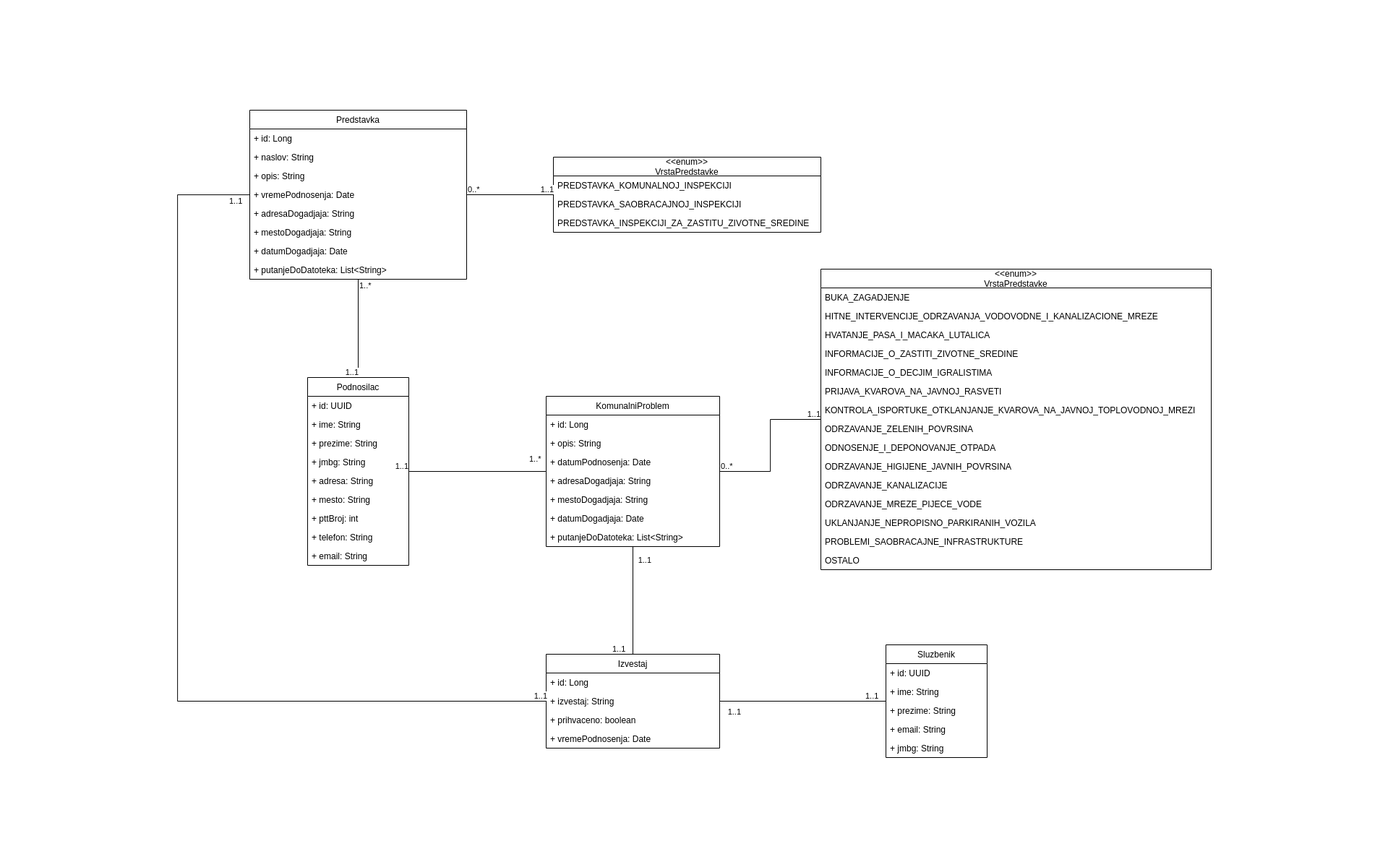
The draw.io diagram 9. komunalna policija i inspekcija/class-diagram.png in stefanjelkic00/eUprava-1, before a commit. Source tidied: cells renumbered, new cells last; positions are measured from the earlier drawing's top-left corner, leaving out a move shared by most shapes.
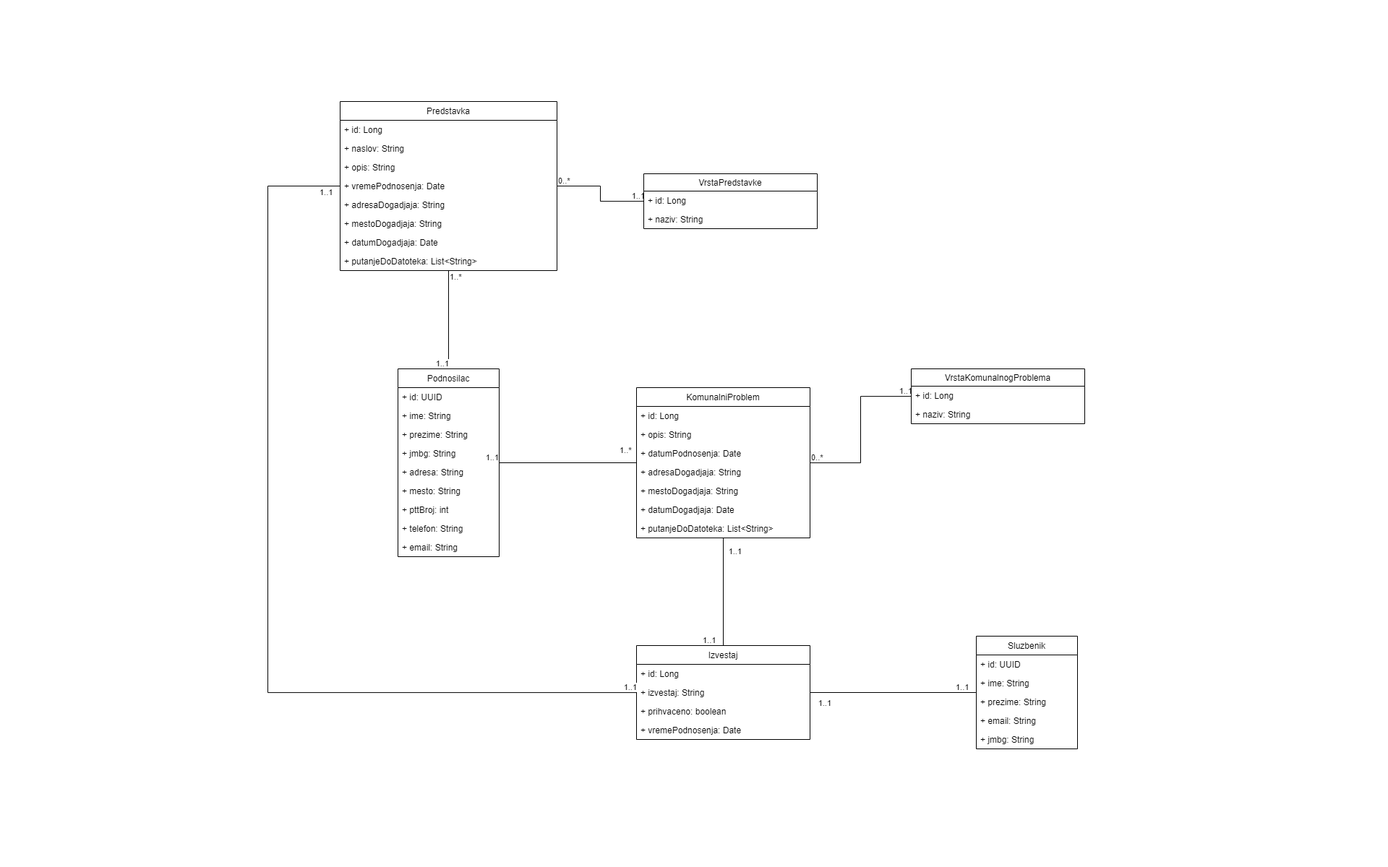
Later version of the same file.

Commit message:
Update class diagram and use case diagram

What changed in the source:
```diff
@@ -59,18 +59,6 @@
     <mxCell id="20" value="+ email: String" style="text;strokeColor=none;fillColor=none;align=left;verticalAlign=top;spacingLeft=4;spacingRight=4;overflow=hidden;" parent="11" vertex="1">
       <mxGeometry y="234" width="140" height="26" as="geometry" />
     </mxCell>
-    <mxCell id="21" value="&lt;&lt;enum&gt;&gt;&#10;VrstaPredstavke" style="swimlane;fontStyle=0;horizontal=1;startSize=26;fillColor=none;" parent="1" vertex="1">
-      <mxGeometry x="520" y="65" width="370" height="104" as="geometry" />
-    </mxCell>
-    <mxCell id="22" value="PREDSTAVKA_KOMUNALNOJ_INSPEKCIJI" style="text;strokeColor=none;fillColor=none;align=left;verticalAlign=top;spacingLeft=4;spacingRight=4;overflow=hidden;" parent="21" vertex="1">
-      <mxGeometry y="26" width="370" height="26" as="geometry" />
-    </mxCell>
-    <mxCell id="23" value="PREDSTAVKA_SAOBRACAJNOJ_INSPEKCIJI" style="text;strokeColor=none;fillColor=none;align=left;verticalAlign=top;spacingLeft=4;spacingRight=4;overflow=hidden;" parent="21" vertex="1">
-      <mxGeometry y="52" width="370" height="26" as="geometry" />
-    </mxCell>
-    <mxCell id="24" value="PREDSTAVKA_INSPEKCIJI_ZA_ZASTITU_ZIVOTNE_SREDINE" style="text;strokeColor=none;fillColor=none;align=left;verticalAlign=top;spacingLeft=4;spacingRight=4;overflow=hidden;" parent="21" vertex="1">
-      <mxGeometry y="78" width="370" height="26" as="geometry" />
-    </mxCell>
     <mxCell id="25" value="KomunalniProblem" style="swimlane;fontStyle=0;horizontal=1;startSize=26;fillColor=none;" parent="1" vertex="1">
       <mxGeometry x="510" y="396" width="240" height="208" as="geometry" />
     </mxCell>
@@ -95,7 +83,7 @@
     <mxCell id="32" value="+ putanjeDoDatoteka: List&lt;String&gt;" style="text;strokeColor=none;fillColor=none;align=left;verticalAlign=top;spacingLeft=4;spacingRight=4;overflow=hidden;" parent="25" vertex="1">
       <mxGeometry y="182" width="240" height="26" as="geometry" />
     </mxCell>
-    <mxCell id="33" style="endArrow=none;html=1;edgeStyle=orthogonalEdgeStyle;rounded=0;" parent="1" edge="1" source="2" target="21">
+    <mxCell id="33" style="endArrow=none;html=1;edgeStyle=orthogonalEdgeStyle;rounded=0;" parent="1" edge="1" source="2" target="84">
       <mxGeometry relative="1" as="geometry" />
     </mxCell>
     <mxCell id="34" value="0..*" style="edgeLabel;html=1;align=left;verticalAlign=bottom;" parent="33" vertex="1">
@@ -201,55 +189,7 @@
     <mxCell id="61" value="1..1" style="edgeLabel;html=1;align=right;verticalAlign=bottom;" parent="59" vertex="1">
       <mxGeometry x="1" relative="1" as="geometry" />
     </mxCell>
-    <mxCell id="62" value="&lt;&lt;enum&gt;&gt;&#10;VrstaPredstavke" style="swimlane;fontStyle=0;horizontal=1;startSize=26;fillColor=none;" parent="1" vertex="1">
-      <mxGeometry x="890" y="220" width="540" height="416" as="geometry" />
-    </mxCell>
-    <mxCell id="63" value="BUKA_ZAGADJENJE" style="text;strokeColor=none;fillColor=none;align=left;verticalAlign=top;spacingLeft=4;spacingRight=4;overflow=hidden;" parent="62" vertex="1">
-      <mxGeometry y="26" width="540" height="26" as="geometry" />
-    </mxCell>
-    <mxCell id="64" value="HITNE_INTERVENCIJE_ODRZAVANJA_VODOVODNE_I_KANALIZACIONE_MREZE" style="text;strokeColor=none;fillColor=none;align=left;verticalAlign=top;spacingLeft=4;spacingRight=4;overflow=hidden;" parent="62" vertex="1">
-      <mxGeometry y="52" width="540" height="26" as="geometry" />
-    </mxCell>
-    <mxCell id="65" value="HVATANJE_PASA_I_MACAKA_LUTALICA" style="text;strokeColor=none;fillColor=none;align=left;verticalAlign=top;spacingLeft=4;spacingRight=4;overflow=hidden;" parent="62" vertex="1">
-      <mxGeometry y="78" width="540" height="26" as="geometry" />
-    </mxCell>
-    <mxCell id="66" value="INFORMACIJE_O_ZASTITI_ZIVOTNE_SREDINE" style="text;strokeColor=none;fillColor=none;align=left;verticalAlign=top;spacingLeft=4;spacingRight=4;overflow=hidden;" parent="62" vertex="1">
-      <mxGeometry y="104" width="540" height="26" as="geometry" />
-    </mxCell>
-    <mxCell id="67" value="INFORMACIJE_O_DECJIM_IGRALISTIMA" style="text;strokeColor=none;fillColor=none;align=left;verticalAlign=top;spacingLeft=4;spacingRight=4;overflow=hidden;" parent="62" vertex="1">
-      <mxGeometry y="130" width="540" height="26" as="geometry" />
-    </mxCell>
-    <mxCell id="68" value="PRIJAVA_KVAROVA_NA_JAVNOJ_RASVETI" style="text;strokeColor=none;fillColor=none;align=left;verticalAlign=top;spacingLeft=4;spacingRight=4;overflow=hidden;" parent="62" vertex="1">
-      <mxGeometry y="156" width="540" height="26" as="geometry" />
-    </mxCell>
-    <mxCell id="69" value="KONTROLA_ISPORTUKE_OTKLANJANJE_KVAROVA_NA_JAVNOJ_TOPLOVODNOJ_MREZI" style="text;strokeColor=none;fillColor=none;align=left;verticalAlign=top;spacingLeft=4;spacingRight=4;overflow=hidden;" parent="62" vertex="1">
-      <mxGeometry y="182" width="540" height="26" as="geometry" />
-    </mxCell>
-    <mxCell id="70" value="ODRZAVANJE_ZELENIH_POVRSINA" style="text;strokeColor=none;fillColor=none;align=left;verticalAlign=top;spacingLeft=4;spacingRight=4;overflow=hidden;" parent="62" vertex="1">
-      <mxGeometry y="208" width="540" height="26" as="geometry" />
-    </mxCell>
-    <mxCell id="71" value="ODNOSENJE_I_DEPONOVANJE_OTPADA" style="text;strokeColor=none;fillColor=none;align=left;verticalAlign=top;spacingLeft=4;spacingRight=4;overflow=hidden;" parent="62" vertex="1">
-      <mxGeometry y="234" width="540" height="26" as="geometry" />
-    </mxCell>
-    <mxCell id="72" value="ODRZAVANJE_HIGIJENE_JAVNIH_POVRSINA" style="text;strokeColor=none;fillColor=none;align=left;verticalAlign=top;spacingLeft=4;spacingRight=4;overflow=hidden;" parent="62" vertex="1">
-      <mxGeometry y="260" width="540" height="26" as="geometry" />
-    </mxCell>
-    <mxCell id="73" value="ODRZAVANJE_KANALIZACIJE" style="text;strokeColor=none;fillColor=none;align=left;verticalAlign=top;spacingLeft=4;spacingRight=4;overflow=hidden;" parent="62" vertex="1">
-      <mxGeometry y="286" width="540" height="26" as="geometry" />
-    </mxCell>
-    <mxCell id="74" value="ODRZAVANJE_MREZE_PIJECE_VODE" style="text;strokeColor=none;fillColor=none;align=left;verticalAlign=top;spacingLeft=4;spacingRight=4;overflow=hidden;" parent="62" vertex="1">
-      <mxGeometry y="312" width="540" height="26" as="geometry" />
-    </mxCell>
-    <mxCell id="75" value="UKLANJANJE_NEPROPISNO_PARKIRANIH_VOZILA" style="text;strokeColor=none;fillColor=none;align=left;verticalAlign=top;spacingLeft=4;spacingRight=4;overflow=hidden;" parent="62" vertex="1">
-      <mxGeometry y="338" width="540" height="26" as="geometry" />
-    </mxCell>
-    <mxCell id="76" value="PROBLEMI_SAOBRACAJNE_INFRASTRUKTURE" style="text;strokeColor=none;fillColor=none;align=left;verticalAlign=top;spacingLeft=4;spacingRight=4;overflow=hidden;" parent="62" vertex="1">
-      <mxGeometry y="364" width="540" height="26" as="geometry" />
-    </mxCell>
-    <mxCell id="77" value="OSTALO" style="text;strokeColor=none;fillColor=none;align=left;verticalAlign=top;spacingLeft=4;spacingRight=4;overflow=hidden;" parent="62" vertex="1">
-      <mxGeometry y="390" width="540" height="26" as="geometry" />
-    </mxCell>
-    <mxCell id="78" style="endArrow=none;html=1;edgeStyle=orthogonalEdgeStyle;rounded=0;" parent="1" edge="1" source="25" target="62">
+    <mxCell id="78" style="endArrow=none;html=1;edgeStyle=orthogonalEdgeStyle;rounded=0;" parent="1" edge="1" source="25" target="81">
       <mxGeometry relative="1" as="geometry" />
     </mxCell>
     <mxCell id="79" value="0..*" style="edgeLabel;html=1;align=left;verticalAlign=bottom;" parent="78" vertex="1">
@@ -258,5 +198,23 @@
     <mxCell id="80" value="1..1" style="edgeLabel;html=1;align=right;verticalAlign=bottom;" parent="78" vertex="1">
       <mxGeometry x="1" relative="1" as="geometry" />
     </mxCell>
+    <mxCell id="81" value="VrstaKomunalnogProblema" style="swimlane;fontStyle=0;horizontal=1;startSize=24;fillColor=none;" parent="1" vertex="1">
+      <mxGeometry x="890" y="370" width="240" height="76" as="geometry" />
+    </mxCell>
+    <mxCell id="82" value="+ id: Long" style="text;strokeColor=none;fillColor=none;align=left;verticalAlign=top;spacingLeft=4;spacingRight=4;overflow=hidden;" parent="81" vertex="1">
+      <mxGeometry y="24" width="240" height="26" as="geometry" />
+    </mxCell>
+    <mxCell id="83" value="+ naziv: String" style="text;strokeColor=none;fillColor=none;align=left;verticalAlign=top;spacingLeft=4;spacingRight=4;overflow=hidden;" parent="81" vertex="1">
+      <mxGeometry y="50" width="240" height="26" as="geometry" />
+    </mxCell>
+    <mxCell id="84" value="VrstaPredstavke" style="swimlane;fontStyle=0;horizontal=1;startSize=24;fillColor=none;" parent="1" vertex="1">
+      <mxGeometry x="520" y="100" width="240" height="76" as="geometry" />
+    </mxCell>
+    <mxCell id="85" value="+ id: Long" style="text;strokeColor=none;fillColor=none;align=left;verticalAlign=top;spacingLeft=4;spacingRight=4;overflow=hidden;" parent="84" vertex="1">
+      <mxGeometry y="24" width="240" height="26" as="geometry" />
+    </mxCell>
+    <mxCell id="86" value="+ naziv: String" style="text;strokeColor=none;fillColor=none;align=left;verticalAlign=top;spacingLeft=4;spacingRight=4;overflow=hidden;" parent="84" vertex="1">
+      <mxGeometry y="50" width="240" height="26" as="geometry" />
+    </mxCell>
   </root>
 </mxGraphModel>
```
